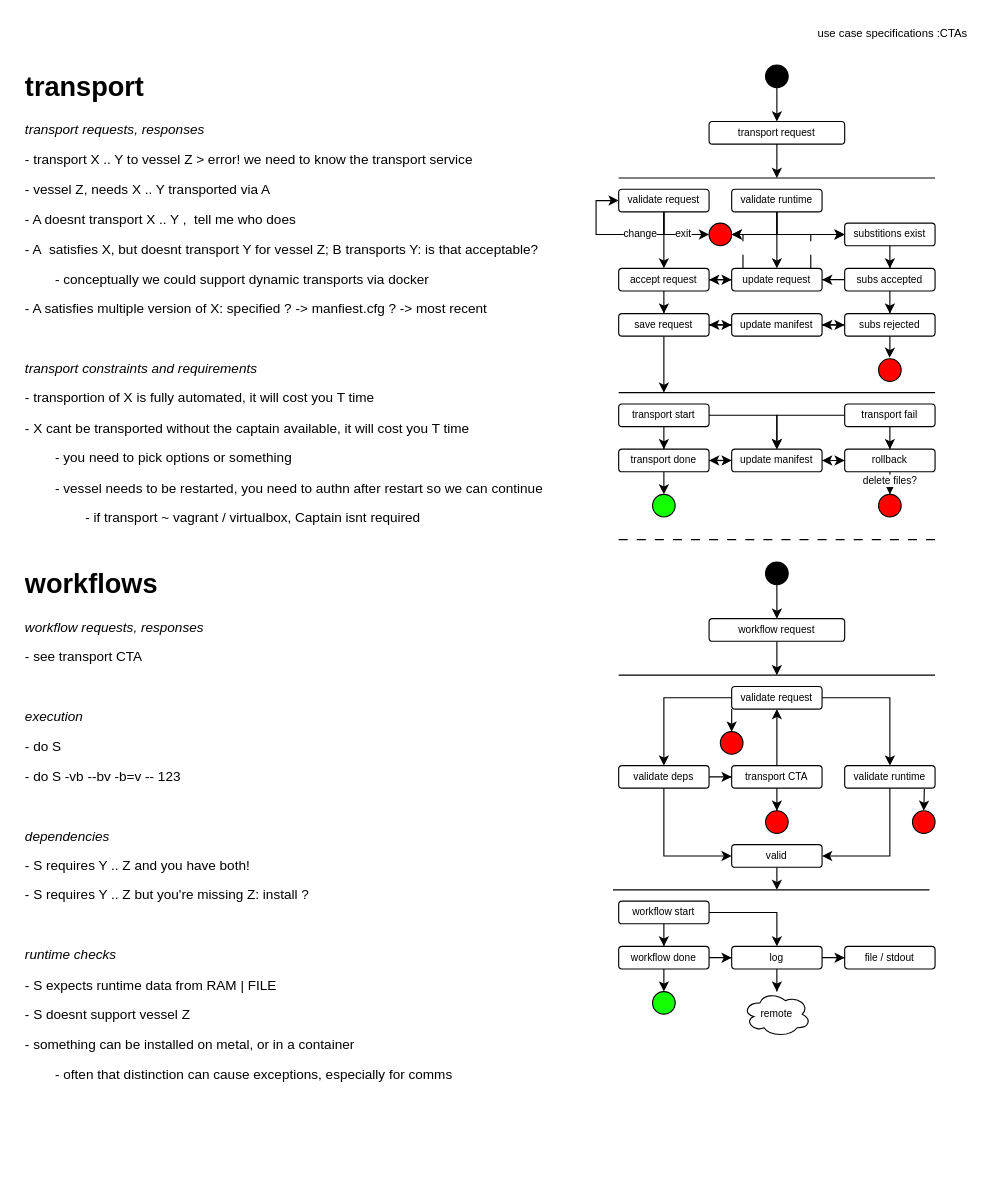
Earlier version of the draw.io diagram page "ctas" (2 of 6) of ADRs/boat_adr.drawio (noahehall/boat). Source tidied: cells renumbered, new cells numbered last; positions are measured from the earlier drawing's top-left corner, leaving out a move shared by most shapes. Both pictures are drawn from the tidied source at 113%, with x=0, y=0 at pixel (19, 19).
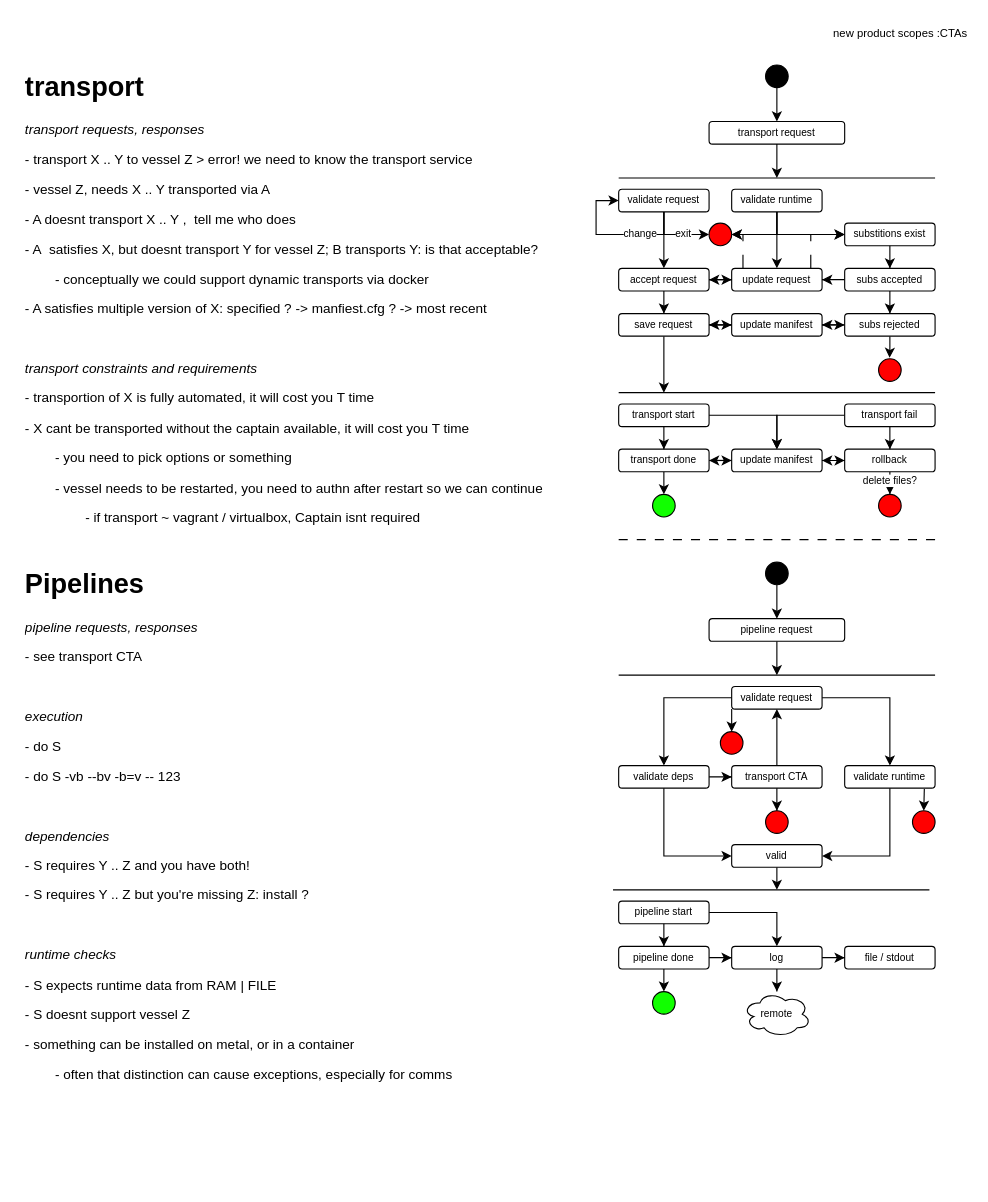
Above is the later version.

The change refers to these unchanged cells:
```xml
<mxCell id="60" style="group;" parent="1" vertex="1">
  <mxGeometry x="525" y="480" width="285" height="420" as="geometry" />
</mxCell>
```

Diff of the diagram source:
```diff
@@
-    <mxCell id="3" value="&lt;h1&gt;workflows&lt;/h1&gt;&lt;p style=&quot;border-color: var(--border-color);&quot;&gt;&lt;i style=&quot;border-color: var(--border-color);&quot;&gt;workflow requests, responses&lt;/i&gt;&lt;/p&gt;&lt;p style=&quot;border-color: var(--border-color);&quot;&gt;- see transport CTA&lt;/p&gt;&lt;div&gt;&lt;br&gt;&lt;/div&gt;&lt;p&gt;&lt;i&gt;execution&lt;/i&gt;&lt;/p&gt;&lt;p&gt;- do S&lt;/p&gt;&lt;p&gt;- do S -vb --bv -b=v -- 123&lt;/p&gt;&lt;p&gt;&lt;i style=&quot;border-color: var(--border-color);&quot;&gt;&lt;br&gt;&lt;/i&gt;&lt;/p&gt;&lt;p&gt;&lt;i style=&quot;border-color: var(--border-color);&quot;&gt;dependencies&amp;nbsp;&lt;/i&gt;&lt;br&gt;&lt;/p&gt;&lt;p&gt;- S requires Y .. Z and you have both!&lt;/p&gt;&lt;p&gt;- S requires Y .. Z but you're missing Z: install ?&lt;/p&gt;&lt;p&gt;&lt;br&gt;&lt;/p&gt;&lt;p&gt;&lt;i style=&quot;border-color: var(--border-color);&quot;&gt;runtime checks&lt;/i&gt;&lt;br&gt;&lt;/p&gt;&lt;p&gt;&lt;span style=&quot;border-color: var(--border-color);&quot;&gt;- S expects runtime data from RAM | FILE&lt;br&gt;&lt;/span&gt;&lt;/p&gt;&lt;p&gt;- S doesnt support vessel Z&lt;/p&gt;&lt;p&gt;&lt;span style=&quot;&quot;&gt;&#9;&lt;/span&gt;&lt;span style=&quot;&quot;&gt;&#9;&lt;/span&gt;- something can be installed on metal, or in a container&lt;br&gt;&lt;/p&gt;&lt;p&gt;&lt;span style=&quot;&quot;&gt;&#9;&lt;/span&gt;&lt;span style=&quot;&quot;&gt;&#9;&lt;/span&gt;&lt;span style=&quot;white-space: pre;&quot;&gt;&#9;&lt;/span&gt;- often that distinction can cause exceptions, especially for comms&lt;br&gt;&lt;/p&gt;&lt;p&gt;&lt;br&gt;&lt;/p&gt;" style="text;html=1;strokeColor=none;fillColor=none;spacing=5;spacingTop=-20;whiteSpace=wrap;overflow=hidden;rounded=0;" parent="1" vertex="1">
+    <mxCell id="3" value="&lt;h1&gt;Pipelines&lt;/h1&gt;&lt;p style=&quot;border-color: var(--border-color);&quot;&gt;&lt;i style=&quot;border-color: var(--border-color);&quot;&gt;pipeline requests, responses&lt;/i&gt;&lt;/p&gt;&lt;p style=&quot;border-color: var(--border-color);&quot;&gt;- see transport CTA&lt;/p&gt;&lt;div&gt;&lt;br&gt;&lt;/div&gt;&lt;p&gt;&lt;i&gt;execution&lt;/i&gt;&lt;/p&gt;&lt;p&gt;- do S&lt;/p&gt;&lt;p&gt;- do S -vb --bv -b=v -- 123&lt;/p&gt;&lt;p&gt;&lt;i style=&quot;border-color: var(--border-color);&quot;&gt;&lt;br&gt;&lt;/i&gt;&lt;/p&gt;&lt;p&gt;&lt;i style=&quot;border-color: var(--border-color);&quot;&gt;dependencies&amp;nbsp;&lt;/i&gt;&lt;br&gt;&lt;/p&gt;&lt;p&gt;- S requires Y .. Z and you have both!&lt;/p&gt;&lt;p&gt;- S requires Y .. Z but you're missing Z: install ?&lt;/p&gt;&lt;p&gt;&lt;br&gt;&lt;/p&gt;&lt;p&gt;&lt;i style=&quot;border-color: var(--border-color);&quot;&gt;runtime checks&lt;/i&gt;&lt;br&gt;&lt;/p&gt;&lt;p&gt;&lt;span style=&quot;border-color: var(--border-color);&quot;&gt;- S expects runtime data from RAM | FILE&lt;br&gt;&lt;/span&gt;&lt;/p&gt;&lt;p&gt;- S doesnt support vessel Z&lt;/p&gt;&lt;p&gt;&lt;span style=&quot;&quot;&gt;&#9;&lt;/span&gt;&lt;span style=&quot;&quot;&gt;&#9;&lt;/span&gt;- something can be installed on metal, or in a container&lt;br&gt;&lt;/p&gt;&lt;p&gt;&lt;span style=&quot;&quot;&gt;&#9;&lt;/span&gt;&lt;span style=&quot;&quot;&gt;&#9;&lt;/span&gt;&lt;span style=&quot;white-space: pre;&quot;&gt;&#9;&lt;/span&gt;- often that distinction can cause exceptions, especially for comms&lt;br&gt;&lt;/p&gt;&lt;p&gt;&lt;br&gt;&lt;/p&gt;" style="text;html=1;strokeColor=none;fillColor=none;spacing=5;spacingTop=-20;whiteSpace=wrap;overflow=hidden;rounded=0;" parent="1" vertex="1">
       <mxGeometry y="480" width="480" height="550" as="geometry" />
     </mxCell>
@@
-    <mxCell id="58" value="&amp;nbsp;use case specifications :CTAs" style="text;html=1;align=right;verticalAlign=top;strokeColor=none;fillColor=none;fontSize=10;" parent="1" vertex="1">
-      <mxGeometry x="680" width="160" height="30" as="geometry" />
+    <mxCell id="58" value="new product scopes :CTAs" style="text;html=1;align=right;verticalAlign=top;strokeColor=none;fillColor=none;fontSize=10;" parent="1" vertex="1">
+      <mxGeometry x="700" width="140" height="30" as="geometry" />
     </mxCell>
@@
-    <mxCell id="64" value="workflow request" style="rounded=1;whiteSpace=wrap;html=1;fontSize=9;" parent="60" vertex="1">
+    <mxCell id="64" value="pipeline request" style="rounded=1;whiteSpace=wrap;html=1;fontSize=9;" parent="60" vertex="1">
       <mxGeometry x="85" y="50" width="120" height="20" as="geometry" />
     </mxCell>
@@
-    <mxCell id="72" value="workflow start" style="rounded=1;whiteSpace=wrap;html=1;fontSize=9;" parent="60" vertex="1">
+    <mxCell id="72" value="pipeline start" style="rounded=1;whiteSpace=wrap;html=1;fontSize=9;" parent="60" vertex="1">
       <mxGeometry x="5" y="300" width="80" height="20" as="geometry" />
     </mxCell>
@@
-    <mxCell id="78" value="workflow done" style="rounded=1;whiteSpace=wrap;html=1;fontSize=9;" parent="60" vertex="1">
+    <mxCell id="78" value="pipeline done" style="rounded=1;whiteSpace=wrap;html=1;fontSize=9;" parent="60" vertex="1">
       <mxGeometry x="5" y="340" width="80" height="20" as="geometry" />
     </mxCell>
```
